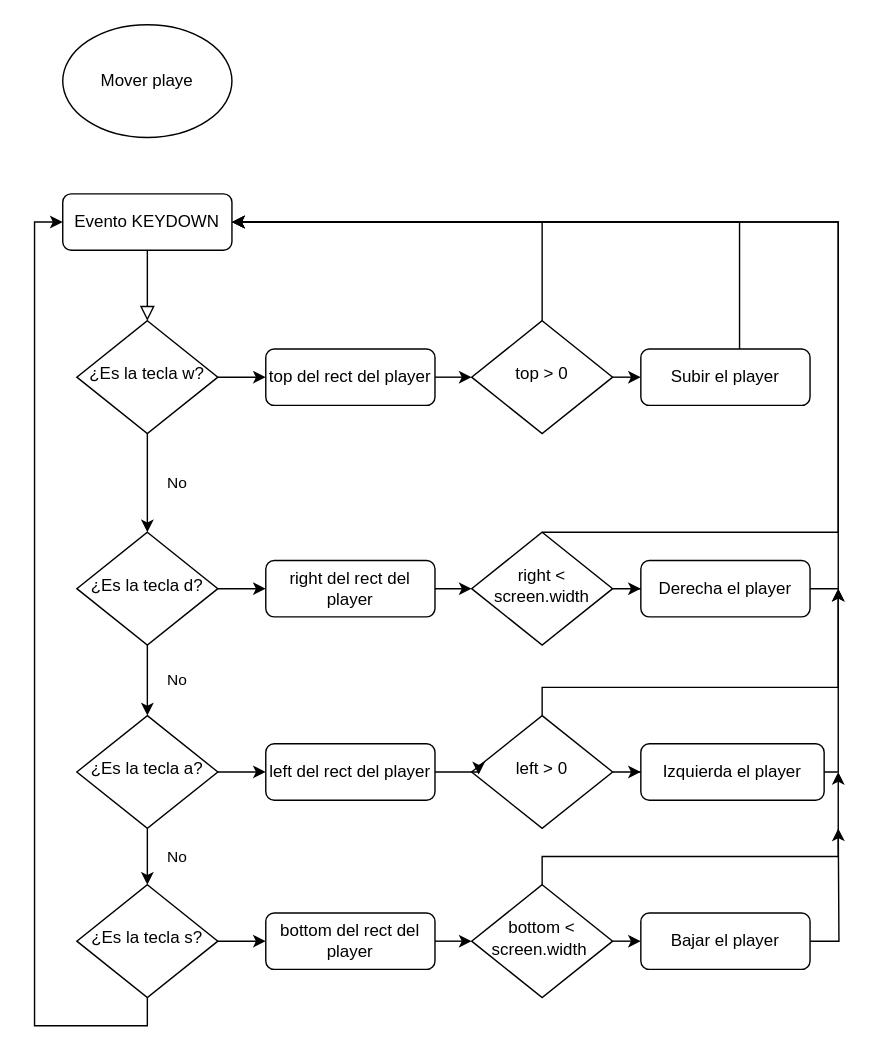
Before: sesion07/game/mover_player.drawio in pgomezarnalVIU/proyectos_oct_2024_prep, a draw.io diagram. Source tidied: cells renumbered, new cells numbered last; positions are measured from the earlier drawing's top-left corner, leaving out a move shared by most shapes. Both pictures are drawn from the tidied source at 141%, with x=0, y=0 at pixel (62, 24).
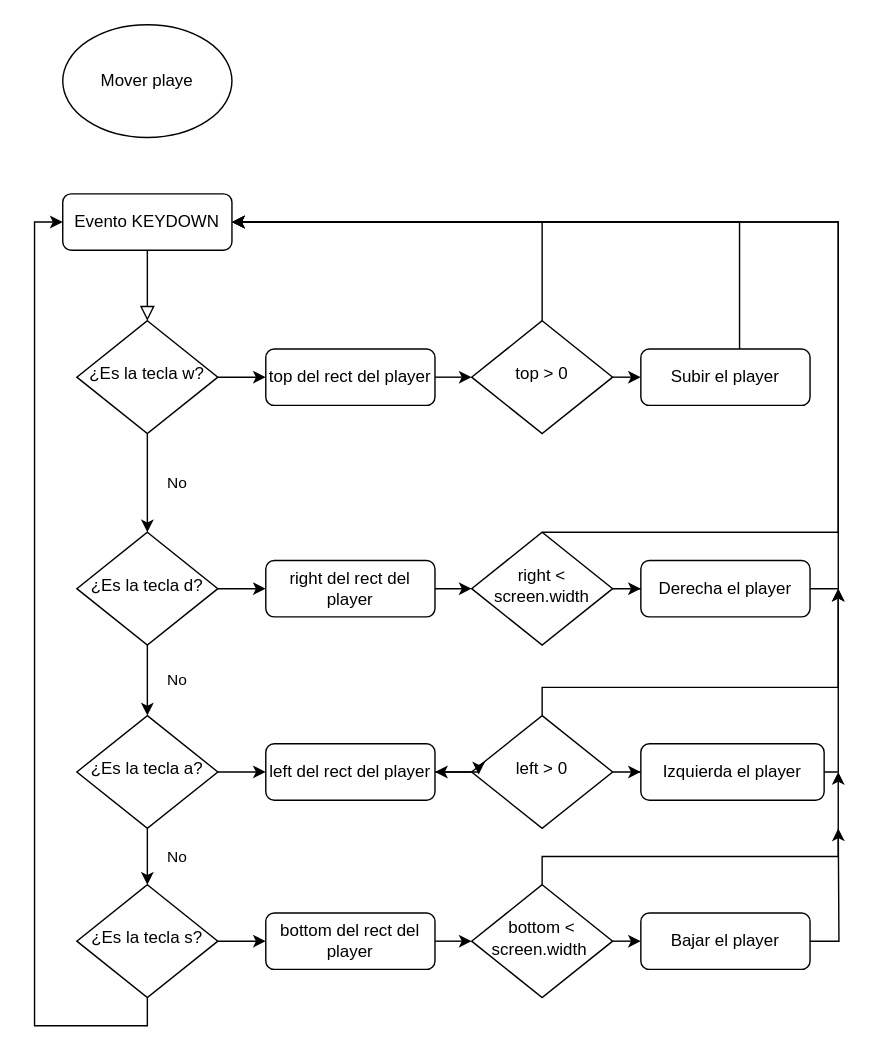
The same page after the edit.

Unchanged cells that the change refers to:
```xml
<mxCell id="38" value="left del rect del player" style="rounded=1;whiteSpace=wrap;html=1;fontSize=12;glass=0;strokeWidth=1;shadow=0;" parent="1" vertex="1">
  <mxGeometry x="144" y="510" width="120" height="40" as="geometry" />
</mxCell>
<mxCell id="41" value="left &amp;gt; 0" style="rhombus;whiteSpace=wrap;html=1;shadow=0;fontFamily=Helvetica;fontSize=12;align=center;strokeWidth=1;spacing=6;spacingTop=-4;" parent="1" vertex="1">
  <mxGeometry x="290" y="490" width="100" height="80" as="geometry" />
</mxCell>
```

Diff of the diagram source:
```diff
@@
+    <mxCell id="48" style="edgeStyle=orthogonalEdgeStyle;rounded=0;jettySize=auto;html=1;" parent="1" edge="1" source="41" target="38">
+      <mxGeometry relative="1" as="geometry" />
+    </mxCell>
```
